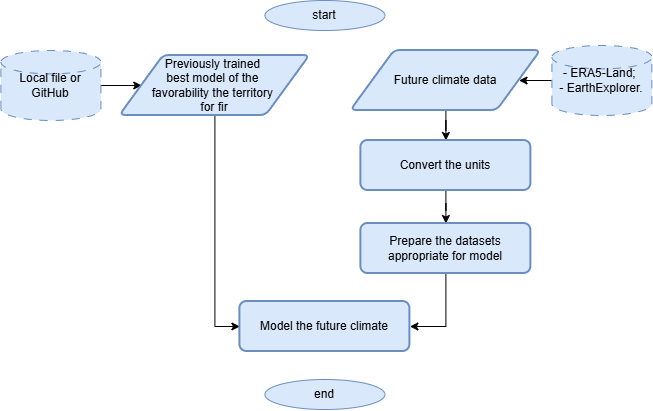
The draw.io diagram pipeline_future_area.drawio.png in SawerBeetle/abies_area_modelling, before a commit. Source tidied: cells renumbered, new cells last; positions are measured from the earlier drawing's top-left corner, leaving out a move shared by most shapes. Source of this version:
```xml
<mxGraphModel>
  <root>
    <mxCell id="0" />
    <mxCell id="1" parent="0" />
    <mxCell id="2" value="start" style="ellipse;whiteSpace=wrap;html=1;fillColor=#dae8fc;strokeColor=#6c8ebf;" parent="1" vertex="1">
      <mxGeometry x="264" width="120" height="30" as="geometry" />
    </mxCell>
    <mxCell id="3" style="edgeStyle=orthogonalEdgeStyle;rounded=0;jettySize=auto;html=1;" parent="1" edge="1" source="4" target="6">
      <mxGeometry relative="1" as="geometry" />
    </mxCell>
    <mxCell id="4" value="- ERA5-Land;&amp;nbsp;&lt;div&gt;- EarthExplorer&lt;span style=&quot;background-color: transparent; color: light-dark(rgb(0, 0, 0), rgb(255, 255, 255));&quot;&gt;.&lt;/span&gt;&lt;/div&gt;" style="strokeWidth=1;html=1;shape=mxgraph.flowchart.database;whiteSpace=wrap;shadow=0;strokeColor=#6c8ebf;dashed=1;dashPattern=8 8;fillColor=#dae8fc;" parent="1" vertex="1">
      <mxGeometry x="551" y="45" width="100" height="70" as="geometry" />
    </mxCell>
    <mxCell id="5" style="edgeStyle=orthogonalEdgeStyle;rounded=0;jettySize=auto;html=1;" parent="1" edge="1" source="6" target="13">
      <mxGeometry relative="1" as="geometry" />
    </mxCell>
    <mxCell id="6" value="Future climate data" style="shape=parallelogram;html=1;strokeWidth=2;perimeter=parallelogramPerimeter;whiteSpace=wrap;rounded=1;arcSize=12;size=0.23;align=center;fillColor=#dae8fc;strokeColor=#6c8ebf;" parent="1" vertex="1">
      <mxGeometry x="350" y="50" width="190" height="60" as="geometry" />
    </mxCell>
    <mxCell id="7" value="end" style="ellipse;whiteSpace=wrap;html=1;fillColor=#dae8fc;strokeColor=#6c8ebf;" parent="1" vertex="1">
      <mxGeometry x="264" y="379" width="120" height="30" as="geometry" />
    </mxCell>
    <mxCell id="8" style="edgeStyle=orthogonalEdgeStyle;rounded=0;jettySize=auto;html=1;" parent="1" edge="1" source="9" target="11">
      <mxGeometry relative="1" as="geometry" />
    </mxCell>
    <mxCell id="9" value="&lt;div&gt;Local file or GitHub&lt;/div&gt;" style="strokeWidth=1;html=1;shape=mxgraph.flowchart.database;whiteSpace=wrap;shadow=0;strokeColor=#6c8ebf;dashed=1;dashPattern=8 8;fillColor=#dae8fc;" parent="1" vertex="1">
      <mxGeometry y="50" width="100" height="70" as="geometry" />
    </mxCell>
    <mxCell id="10" style="edgeStyle=orthogonalEdgeStyle;rounded=0;jettySize=auto;html=1;entryX=0;entryY=0.5;entryDx=0;entryDy=0;" parent="1" edge="1" source="11" target="16">
      <mxGeometry relative="1" as="geometry" />
    </mxCell>
    <mxCell id="11" value="Previously trained&amp;nbsp;&lt;div&gt;best model of the&amp;nbsp;&lt;/div&gt;&lt;div&gt;favorability the territory&amp;nbsp;&lt;/div&gt;&lt;div&gt;f&lt;span style=&quot;background-color: transparent; color: light-dark(rgb(0, 0, 0), rgb(255, 255, 255));&quot;&gt;or fir&lt;/span&gt;&lt;/div&gt;" style="shape=parallelogram;html=1;strokeWidth=2;perimeter=parallelogramPerimeter;whiteSpace=wrap;rounded=1;arcSize=12;size=0.23;align=center;fillColor=#dae8fc;strokeColor=#6c8ebf;" parent="1" vertex="1">
      <mxGeometry x="119" y="55" width="190" height="60" as="geometry" />
    </mxCell>
    <mxCell id="12" style="edgeStyle=orthogonalEdgeStyle;rounded=0;jettySize=auto;html=1;" parent="1" edge="1" source="13" target="15">
      <mxGeometry relative="1" as="geometry" />
    </mxCell>
    <mxCell id="13" value="Convert the units" style="rounded=1;whiteSpace=wrap;html=1;absoluteArcSize=1;arcSize=14;strokeWidth=2;fillColor=#dae8fc;strokeColor=#6c8ebf;" parent="1" vertex="1">
      <mxGeometry x="360" y="140" width="170" height="50" as="geometry" />
    </mxCell>
    <mxCell id="14" style="edgeStyle=orthogonalEdgeStyle;rounded=0;jettySize=auto;html=1;exitX=0.5;exitY=1;exitDx=0;exitDy=0;entryX=1;entryY=0.5;entryDx=0;entryDy=0;" parent="1" edge="1" source="15" target="16">
      <mxGeometry relative="1" as="geometry" />
    </mxCell>
    <mxCell id="15" value="Prepare the datasets appropriate for model" style="rounded=1;whiteSpace=wrap;html=1;absoluteArcSize=1;arcSize=14;strokeWidth=2;fillColor=#dae8fc;strokeColor=#6c8ebf;" parent="1" vertex="1">
      <mxGeometry x="360" y="223" width="170" height="50" as="geometry" />
    </mxCell>
    <mxCell id="16" value="Model the future climate" style="rounded=1;whiteSpace=wrap;html=1;absoluteArcSize=1;arcSize=14;strokeWidth=2;fillColor=#dae8fc;strokeColor=#6c8ebf;" parent="1" vertex="1">
      <mxGeometry x="239" y="301" width="170" height="50" as="geometry" />
    </mxCell>
  </root>
</mxGraphModel>
```
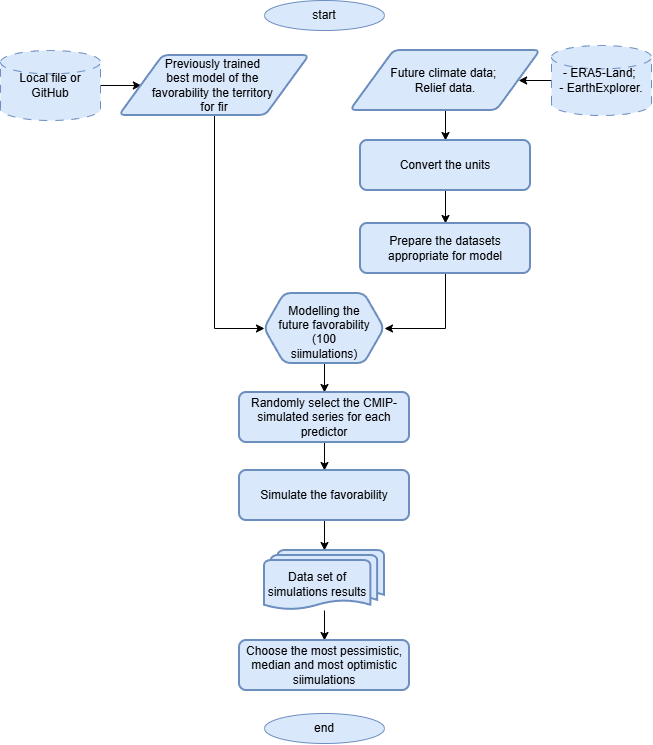
Later version of the same file.

What changed in the source:
```diff
@@ -14,11 +14,11 @@
     <mxCell id="5" style="edgeStyle=orthogonalEdgeStyle;rounded=0;jettySize=auto;html=1;" parent="1" edge="1" source="6" target="13">
       <mxGeometry relative="1" as="geometry" />
     </mxCell>
-    <mxCell id="6" value="Future climate data" style="shape=parallelogram;html=1;strokeWidth=2;perimeter=parallelogramPerimeter;whiteSpace=wrap;rounded=1;arcSize=12;size=0.23;align=center;fillColor=#dae8fc;strokeColor=#6c8ebf;" parent="1" vertex="1">
+    <mxCell id="6" value="Future climate data;&amp;nbsp;&lt;div&gt;Relief data.&lt;/div&gt;" style="shape=parallelogram;html=1;strokeWidth=2;perimeter=parallelogramPerimeter;whiteSpace=wrap;rounded=1;arcSize=12;size=0.23;align=center;fillColor=#dae8fc;strokeColor=#6c8ebf;" parent="1" vertex="1">
       <mxGeometry x="350" y="50" width="190" height="60" as="geometry" />
     </mxCell>
     <mxCell id="7" value="end" style="ellipse;whiteSpace=wrap;html=1;fillColor=#dae8fc;strokeColor=#6c8ebf;" parent="1" vertex="1">
-      <mxGeometry x="264" y="379" width="120" height="30" as="geometry" />
+      <mxGeometry x="264" y="713" width="120" height="30" as="geometry" />
     </mxCell>
     <mxCell id="8" style="edgeStyle=orthogonalEdgeStyle;rounded=0;jettySize=auto;html=1;" parent="1" edge="1" source="9" target="11">
       <mxGeometry relative="1" as="geometry" />
@@ -26,9 +26,9 @@
     <mxCell id="9" value="&lt;div&gt;Local file or GitHub&lt;/div&gt;" style="strokeWidth=1;html=1;shape=mxgraph.flowchart.database;whiteSpace=wrap;shadow=0;strokeColor=#6c8ebf;dashed=1;dashPattern=8 8;fillColor=#dae8fc;" parent="1" vertex="1">
       <mxGeometry y="50" width="100" height="70" as="geometry" />
     </mxCell>
-    <mxCell id="10" style="edgeStyle=orthogonalEdgeStyle;rounded=0;jettySize=auto;html=1;entryX=0;entryY=0.5;entryDx=0;entryDy=0;" parent="1" edge="1" source="11" target="16">
-      <mxGeometry relative="1" as="geometry" />
-    </mxCell>
+    <mxCell id="17" style="edgeStyle=orthogonalEdgeStyle;rounded=0;jettySize=auto;html=1;entryX=0;entryY=0.5;entryDx=0;entryDy=0;" parent="1" edge="1" source="11" target="20">
+      <mxGeometry relative="1" as="geometry" />
+    </mxCell>
     <mxCell id="11" value="Previously trained&amp;nbsp;&lt;div&gt;best model of the&amp;nbsp;&lt;/div&gt;&lt;div&gt;favorability the territory&amp;nbsp;&lt;/div&gt;&lt;div&gt;f&lt;span style=&quot;background-color: transparent; color: light-dark(rgb(0, 0, 0), rgb(255, 255, 255));&quot;&gt;or fir&lt;/span&gt;&lt;/div&gt;" style="shape=parallelogram;html=1;strokeWidth=2;perimeter=parallelogramPerimeter;whiteSpace=wrap;rounded=1;arcSize=12;size=0.23;align=center;fillColor=#dae8fc;strokeColor=#6c8ebf;" parent="1" vertex="1">
       <mxGeometry x="119" y="55" width="190" height="60" as="geometry" />
     </mxCell>
@@ -38,14 +38,38 @@
     <mxCell id="13" value="Convert the units" style="rounded=1;whiteSpace=wrap;html=1;absoluteArcSize=1;arcSize=14;strokeWidth=2;fillColor=#dae8fc;strokeColor=#6c8ebf;" parent="1" vertex="1">
       <mxGeometry x="360" y="140" width="170" height="50" as="geometry" />
     </mxCell>
-    <mxCell id="14" style="edgeStyle=orthogonalEdgeStyle;rounded=0;jettySize=auto;html=1;exitX=0.5;exitY=1;exitDx=0;exitDy=0;entryX=1;entryY=0.5;entryDx=0;entryDy=0;" parent="1" edge="1" source="15" target="16">
-      <mxGeometry relative="1" as="geometry" />
-    </mxCell>
+    <mxCell id="18" style="edgeStyle=orthogonalEdgeStyle;rounded=0;jettySize=auto;html=1;entryX=1;entryY=0.5;entryDx=0;entryDy=0;" parent="1" edge="1" source="15" target="20">
+      <mxGeometry relative="1" as="geometry" />
+    </mxCell>
     <mxCell id="15" value="Prepare the datasets appropriate for model" style="rounded=1;whiteSpace=wrap;html=1;absoluteArcSize=1;arcSize=14;strokeWidth=2;fillColor=#dae8fc;strokeColor=#6c8ebf;" parent="1" vertex="1">
       <mxGeometry x="360" y="223" width="170" height="50" as="geometry" />
     </mxCell>
-    <mxCell id="16" value="Model the future climate" style="rounded=1;whiteSpace=wrap;html=1;absoluteArcSize=1;arcSize=14;strokeWidth=2;fillColor=#dae8fc;strokeColor=#6c8ebf;" parent="1" vertex="1">
-      <mxGeometry x="239" y="301" width="170" height="50" as="geometry" />
-    </mxCell>
+    <mxCell id="19" style="edgeStyle=orthogonalEdgeStyle;rounded=0;jettySize=auto;html=1;" parent="1" edge="1" source="20" target="22">
+      <mxGeometry relative="1" as="geometry" />
+    </mxCell>
+    <mxCell id="20" value="Modelling the future favorability (100 siimulations)" style="shape=hexagon;perimeter=hexagonPerimeter2;whiteSpace=wrap;html=1;shapeInside=1;fixedSize=1;rounded=1;strokeColor=#6c8ebf;strokeWidth=2;align=center;verticalAlign=middle;arcSize=14;absoluteArcSize=1;fontFamily=Helvetica;fontSize=12;fontColor=default;fillColor=#dae8fc;" parent="1" vertex="1">
+      <mxGeometry x="264" y="293" width="120" height="70" as="geometry" />
+    </mxCell>
+    <mxCell id="21" style="edgeStyle=orthogonalEdgeStyle;rounded=0;jettySize=auto;html=1;" parent="1" edge="1" source="22" target="24">
+      <mxGeometry relative="1" as="geometry" />
+    </mxCell>
+    <mxCell id="22" value="Randomly select the CMIP-simulated series for each predictor" style="rounded=1;whiteSpace=wrap;html=1;absoluteArcSize=1;arcSize=14;strokeWidth=2;fillColor=#dae8fc;strokeColor=#6c8ebf;" parent="1" vertex="1">
+      <mxGeometry x="239" y="392" width="170" height="50" as="geometry" />
+    </mxCell>
+    <mxCell id="23" style="edgeStyle=orthogonalEdgeStyle;rounded=0;jettySize=auto;html=1;" parent="1" edge="1" source="24" target="26">
+      <mxGeometry relative="1" as="geometry" />
+    </mxCell>
+    <mxCell id="24" value="Simulate the favorability" style="rounded=1;whiteSpace=wrap;html=1;absoluteArcSize=1;arcSize=14;strokeWidth=2;fillColor=#dae8fc;strokeColor=#6c8ebf;" parent="1" vertex="1">
+      <mxGeometry x="239" y="470" width="170" height="50" as="geometry" />
+    </mxCell>
+    <mxCell id="25" style="edgeStyle=orthogonalEdgeStyle;rounded=0;jettySize=auto;html=1;" parent="1" edge="1" source="26" target="27">
+      <mxGeometry relative="1" as="geometry" />
+    </mxCell>
+    <mxCell id="26" value="Data set of simulations results" style="strokeWidth=2;html=1;shape=mxgraph.flowchart.multi-document;whiteSpace=wrap;boundedLbl=1;rounded=1;strokeColor=#6c8ebf;align=center;verticalAlign=middle;arcSize=14;absoluteArcSize=1;fontFamily=Helvetica;fontSize=12;fontColor=default;fillColor=#dae8fc;" parent="1" vertex="1">
+      <mxGeometry x="264" y="550" width="120" height="60" as="geometry" />
+    </mxCell>
+    <mxCell id="27" value="Choose the most pessimistic, median and most optimistic siimulations" style="rounded=1;whiteSpace=wrap;html=1;absoluteArcSize=1;arcSize=14;strokeWidth=2;fillColor=#dae8fc;strokeColor=#6c8ebf;" parent="1" vertex="1">
+      <mxGeometry x="239" y="640" width="170" height="50" as="geometry" />
+    </mxCell>
   </root>
 </mxGraphModel>
```
